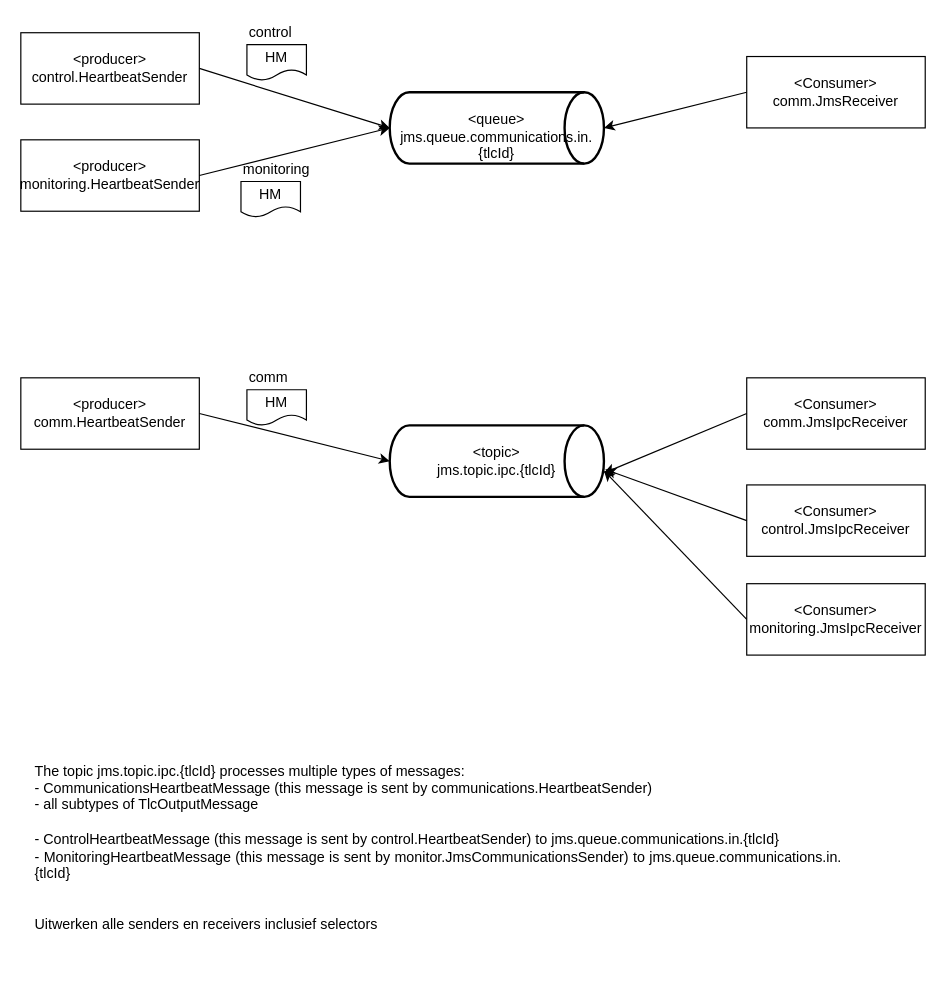
The draw.io diagram Untitled Diagram.drawio in ahup/drawings, before the edit. Source tidied: cells renumbered, new cells numbered last; positions are measured from the earlier drawing's top-left corner, leaving out a move shared by most shapes. Both pictures are drawn from the tidied source at 119%, with x=0, y=0 at pixel (20, 20).
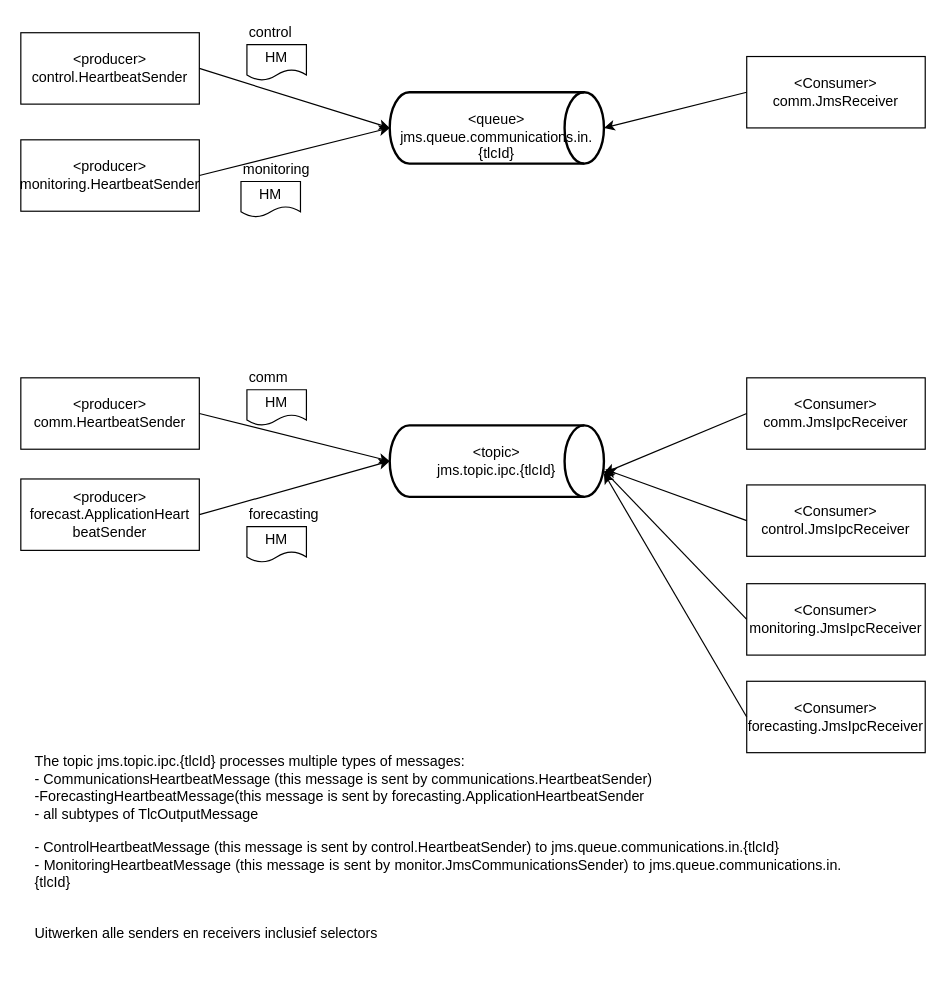
The same page after the edit.

Commit message:
heatbeatmessages updated for all services

Unchanged cells that the change refers to:
```xml
<mxCell id="3" value="&amp;lt;topic&amp;gt;&lt;br&gt;jms.topic.ipc.{tlcId}" style="strokeWidth=2;html=1;shape=mxgraph.flowchart.direct_data;whiteSpace=wrap;" parent="1" vertex="1">
  <mxGeometry x="310" y="340" width="180" height="60" as="geometry" />
</mxCell>
```

Change to the diagram source:
```diff
@@
-    <mxCell id="6" value="&lt;div style=&quot;text-align: justify&quot;&gt;The topic jms.topic.ipc.{tlcId} processes multiple types of messages:&lt;/div&gt;&lt;div style=&quot;text-align: justify&quot;&gt;- CommunicationsHeartbeatMessage (this message is sent by communications.HeartbeatSender)&lt;/div&gt;&lt;div style=&quot;text-align: justify&quot;&gt;- all subtypes of TlcOutputMessage&lt;/div&gt;&lt;div style=&quot;text-align: justify&quot;&gt;&lt;br&gt;&lt;/div&gt;&lt;div style=&quot;text-align: justify&quot;&gt;- ControlHeartbeatMessage (this message is sent by control.HeartbeatSender) to jms.queue.communications.in.{tlcId}&lt;br&gt;&lt;/div&gt;&lt;div style=&quot;text-align: justify&quot;&gt;- MonitoringHeartbeatMessage (this message is sent by monitor.JmsCommunicationsSender) to jms.queue.communications.in.{tlcId}&lt;br&gt;&lt;/div&gt;&lt;div style=&quot;text-align: justify&quot;&gt;&lt;br&gt;&lt;/div&gt;&lt;div style=&quot;text-align: justify&quot;&gt;&lt;br&gt;&lt;/div&gt;&lt;div style=&quot;text-align: justify&quot;&gt;Uitwerken alle senders en receivers inclusief selectors&lt;/div&gt;" style="text;html=1;strokeColor=none;fillColor=none;align=left;verticalAlign=middle;whiteSpace=wrap;rounded=0;" parent="1" vertex="1">
+    <mxCell id="6" value="&lt;div style=&quot;text-align: justify&quot;&gt;The topic jms.topic.ipc.{tlcId} processes multiple types of messages:&lt;/div&gt;&lt;div style=&quot;text-align: justify&quot;&gt;- CommunicationsHeartbeatMessage (this message is sent by communications.HeartbeatSender)&lt;/div&gt;&lt;div style=&quot;text-align: justify&quot;&gt;-ForecastingHeartbeatMessage(this message is sent by forecasting.ApplicationHeartbeatSender&lt;/div&gt;&lt;div style=&quot;text-align: justify&quot;&gt;- all subtypes of TlcOutputMessage&lt;/div&gt;&lt;div style=&quot;text-align: justify&quot;&gt;&lt;br&gt;&lt;/div&gt;&lt;div style=&quot;text-align: justify&quot;&gt;- ControlHeartbeatMessage (this message is sent by control.HeartbeatSender) to jms.queue.communications.in.{tlcId}&lt;br&gt;&lt;/div&gt;&lt;div style=&quot;text-align: justify&quot;&gt;- MonitoringHeartbeatMessage (this message is sent by monitor.JmsCommunicationsSender) to jms.queue.communications.in.{tlcId}&lt;br&gt;&lt;/div&gt;&lt;div style=&quot;text-align: justify&quot;&gt;&lt;br&gt;&lt;/div&gt;&lt;div style=&quot;text-align: justify&quot;&gt;&lt;br&gt;&lt;/div&gt;&lt;div style=&quot;text-align: justify&quot;&gt;Uitwerken alle senders en receivers inclusief selectors&lt;/div&gt;" style="text;html=1;strokeColor=none;fillColor=none;align=left;verticalAlign=middle;whiteSpace=wrap;rounded=0;" parent="1" vertex="1">
       <mxGeometry x="10" y="590" width="680" height="210" as="geometry" />
     </mxCell>
@@
+    <mxCell id="25" value="&amp;lt;producer&amp;gt;&lt;br&gt;forecast.ApplicationHeart&lt;br&gt;beatSender" style="rounded=0;whiteSpace=wrap;html=1;" parent="1" vertex="1">
+      <mxGeometry y="385" width="150" height="60" as="geometry" />
+    </mxCell>
+    <mxCell id="26" style="endArrow=classic;html=1;exitX=1;exitY=0.5;exitDx=0;exitDy=0;entryX=0;entryY=0.5;entryDx=0;entryDy=0;entryPerimeter=0;" parent="1" edge="1" source="25" target="3">
+      <mxGeometry relative="1" as="geometry" />
+    </mxCell>
+    <mxCell id="27" value="HM" style="shape=document;whiteSpace=wrap;html=1;boundedLbl=1;" parent="1" vertex="1">
+      <mxGeometry x="190" y="425" width="50" height="30" as="geometry" />
+    </mxCell>
+    <mxCell id="28" value="forecasting" style="text;html=1;strokeColor=none;fillColor=none;align=left;verticalAlign=middle;whiteSpace=wrap;rounded=0;" parent="1" vertex="1">
+      <mxGeometry x="190" y="405" width="90" height="20" as="geometry" />
+    </mxCell>
+    <mxCell id="29" value="&amp;lt;Consumer&amp;gt;&lt;br&gt;forecasting.JmsIpcReceiver" style="rounded=0;whiteSpace=wrap;html=1;" parent="1" vertex="1">
+      <mxGeometry x="610" y="555" width="150" height="60" as="geometry" />
+    </mxCell>
+    <mxCell id="30" style="endArrow=classic;html=1;exitX=0;exitY=0.5;exitDx=0;exitDy=0;" parent="1" edge="1" source="29">
+      <mxGeometry relative="1" as="geometry">
+        <mxPoint x="490" y="380" as="targetPoint" />
+      </mxGeometry>
+    </mxCell>
```
